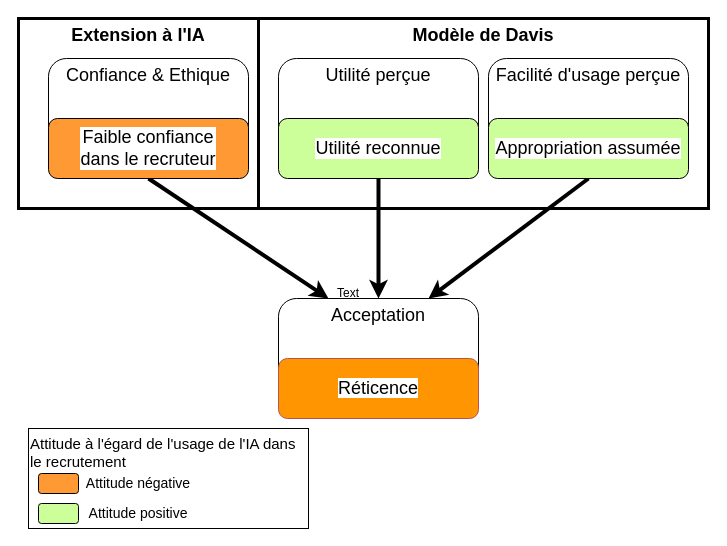
Earlier version of the draw.io diagram page "Réponses questionnaire-Méthode TAM Adaptée" (4 of 5) of Relation individu-données-technologies.drawio (Fabrice-64/Drawings). Source tidied: cells renumbered, new cells numbered last; positions are measured from the earlier drawing's top-left corner, leaving out a move shared by most shapes. Both pictures are drawn from the tidied source at 100%, with x=0, y=0 at pixel (18, 18).
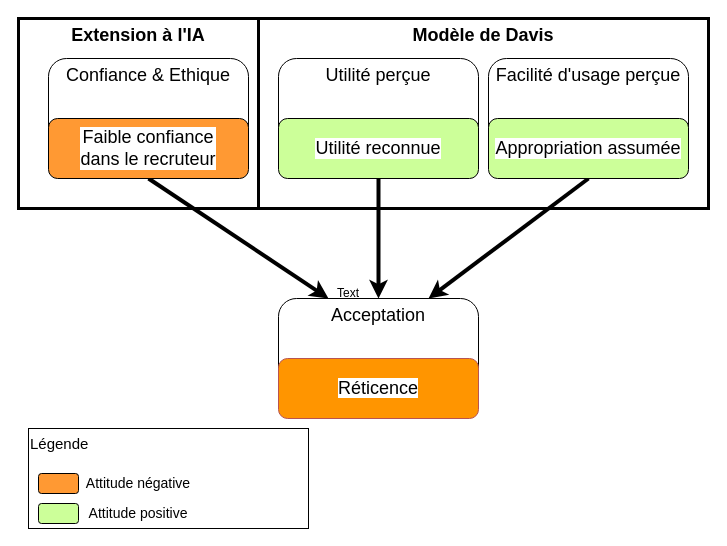
The same page after the edit.

Commit message:
Mettre à jour Relation individu-données-technologies.drawio

Diff of the diagram source:
```diff
@@
-    <mxCell id="16" value="&lt;span style=&quot;font-size: 15px;&quot;&gt;Attitude à l'égard de l'usage de l'IA dans le recrutement&lt;/span&gt;" style="rounded=0;whiteSpace=wrap;html=1;align=left;verticalAlign=top;" parent="1" vertex="1">
+    <mxCell id="16" value="&lt;span style=&quot;font-size: 15px;&quot;&gt;Légende&lt;/span&gt;" style="rounded=0;whiteSpace=wrap;html=1;align=left;verticalAlign=top;" parent="1" vertex="1">
       <mxGeometry x="10" y="410" width="280" height="100" as="geometry" />
     </mxCell>
```
